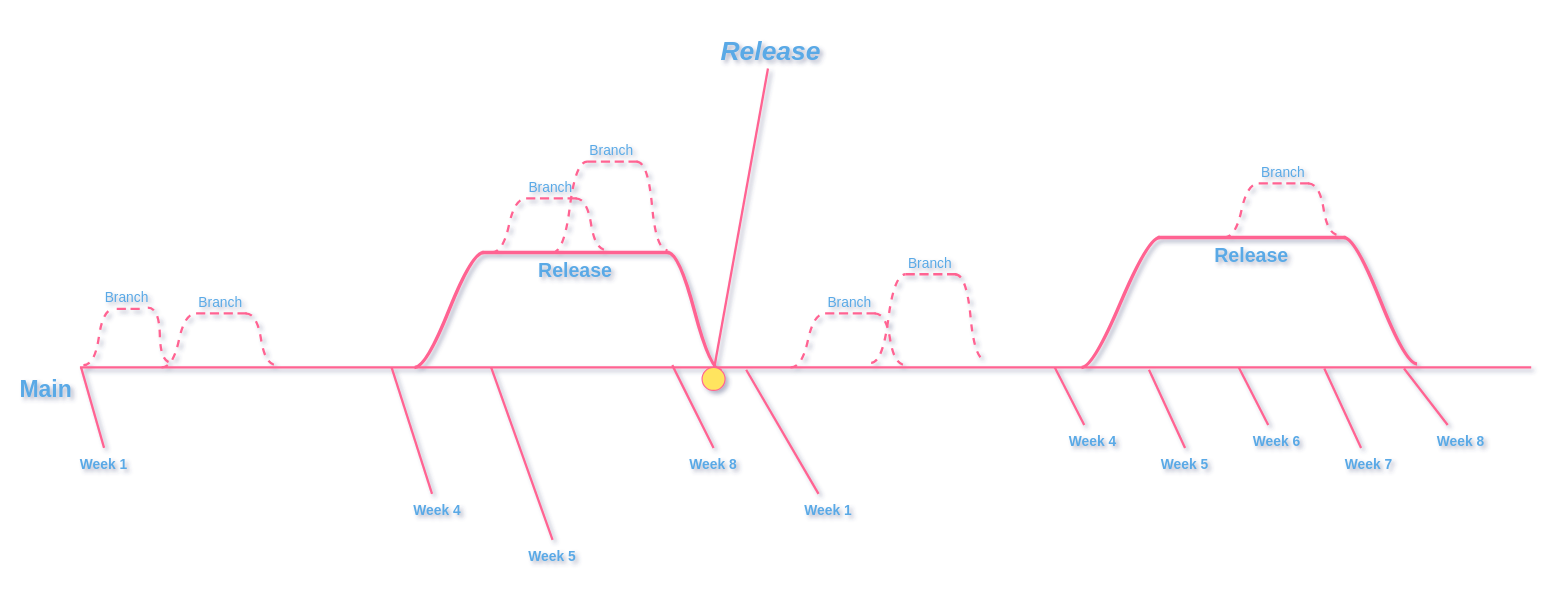
This is release_schedule.drawio from j-motley/joy-lab, a draw.io file, before an edit. Source tidied: cells renumbered, new cells numbered last; positions are measured from the earlier drawing's top-left corner, leaving out a move shared by most shapes. Both pictures are drawn from the tidied source at 115%, with x=0, y=0 at pixel (69, 33).
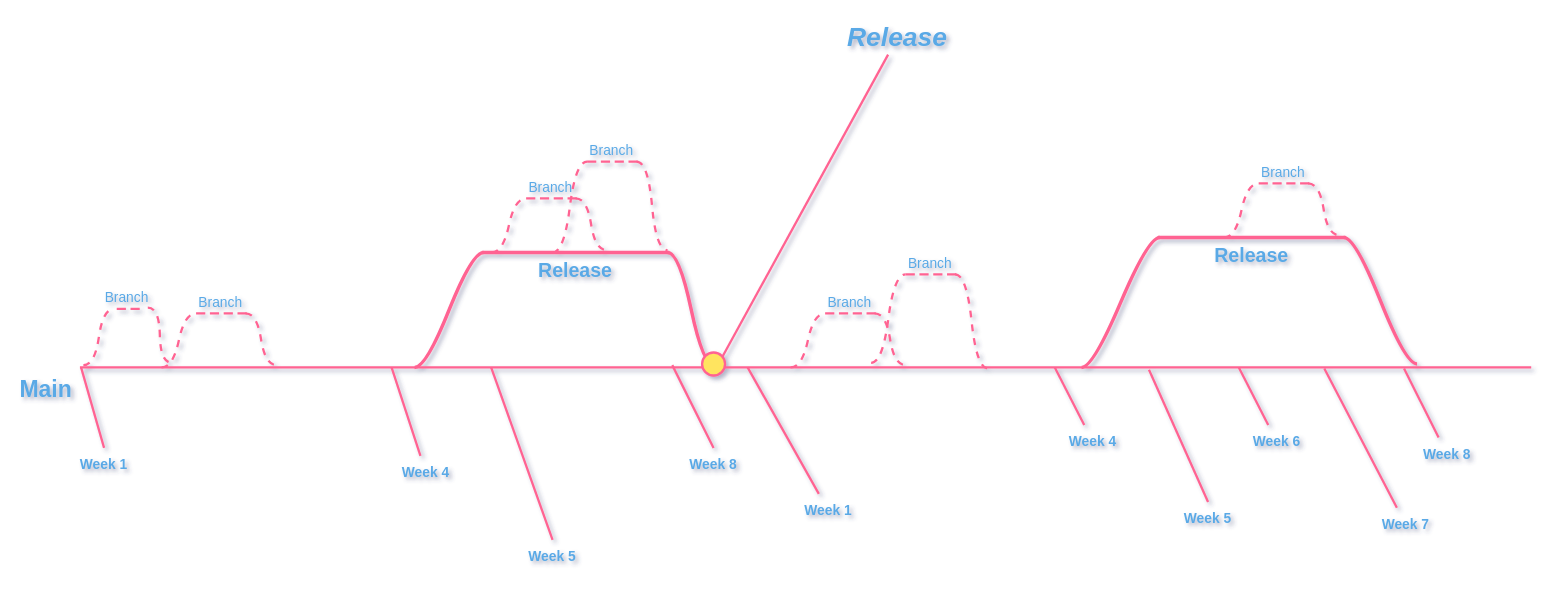
The same diagram, later.

Unchanged cells that the change refers to:
```xml
<mxCell id="2" value="&lt;font style=&quot;font-size: 20px;&quot;&gt;&lt;b&gt;Main&amp;nbsp;&lt;/b&gt;&lt;/font&gt;" style="whiteSpace=wrap;html=1;shape=partialRectangle;top=0;left=0;bottom=1;right=0;points=[[0,1],[1,1]];fillColor=none;align=right;verticalAlign=top;routingCenterY=0.5;snapToPoint=1;newEdgeStyle={&quot;edgeStyle&quot;:&quot;entityRelationEdgeStyle&quot;,&quot;startArrow&quot;:&quot;none&quot;,&quot;endArrow&quot;:&quot;none&quot;,&quot;segment&quot;:10,&quot;curved&quot;:1,&quot;sourcePerimeterSpacing&quot;:0,&quot;targetPerimeterSpacing&quot;:0};strokeWidth=2;labelBackgroundColor=none;strokeColor=#FF6392;fontColor=#5AA9E6;labelPosition=left;verticalLabelPosition=bottom;rounded=1;" parent="1" vertex="1">
  <mxGeometry x="10" y="250" width="1260" height="40" as="geometry" />
</mxCell>
<mxCell id="3" value="&lt;b&gt;&lt;font style=&quot;font-size: 17px;&quot;&gt;Release&lt;/font&gt;&lt;/b&gt;" style="whiteSpace=wrap;html=1;shape=partialRectangle;top=0;left=0;bottom=1;right=0;points=[[0,1],[1,1]];fillColor=none;align=center;verticalAlign=top;routingCenterY=0.5;snapToPoint=1;newEdgeStyle={&quot;edgeStyle&quot;:&quot;entityRelationEdgeStyle&quot;,&quot;startArrow&quot;:&quot;none&quot;,&quot;endArrow&quot;:&quot;none&quot;,&quot;segment&quot;:10,&quot;curved&quot;:1,&quot;sourcePerimeterSpacing&quot;:0,&quot;targetPerimeterSpacing&quot;:0};strokeWidth=3;labelBackgroundColor=none;strokeColor=#FF6392;fontColor=#5AA9E6;labelPosition=center;verticalLabelPosition=bottom;rounded=1;" parent="1" vertex="1">
  <mxGeometry x="360" y="160" width="160" height="30" as="geometry" />
</mxCell>
<mxCell id="12" value="Week 1" style="text;html=1;whiteSpace=wrap;strokeColor=none;fillColor=none;align=center;verticalAlign=middle;rounded=1;labelBackgroundColor=none;fontColor=#5AA9E6;fontStyle=1;" parent="1" vertex="1">
  <mxGeometry x="630" y="400" width="60" height="30" as="geometry" />
</mxCell>
<mxCell id="49" value="Branch" style="whiteSpace=wrap;html=1;shape=partialRectangle;top=0;left=0;bottom=1;right=0;points=[[0,1],[1,1]];fillColor=none;align=center;verticalAlign=bottom;routingCenterY=0.5;snapToPoint=1;newEdgeStyle={&quot;edgeStyle&quot;:&quot;entityRelationEdgeStyle&quot;,&quot;startArrow&quot;:&quot;none&quot;,&quot;endArrow&quot;:&quot;none&quot;,&quot;segment&quot;:10,&quot;curved&quot;:1,&quot;sourcePerimeterSpacing&quot;:0,&quot;targetPerimeterSpacing&quot;:0};strokeWidth=2;labelBackgroundColor=none;labelBorderColor=none;textShadow=0;strokeColor=#FF6392;fontColor=#5AA9E6;dashed=1;rounded=1;" parent="1" vertex="1" collapsed="1">
  <mxGeometry x="727" y="176" width="43" height="33" as="geometry" />
</mxCell>
```

What changed in the source:
```diff
@@
-    <mxCell id="5" style="edgeStyle=entityRelationEdgeStyle;startArrow=none;endArrow=none;segment=10;curved=1;sourcePerimeterSpacing=0;targetPerimeterSpacing=0;rounded=1;strokeWidth=3;exitX=1;exitY=1;exitDx=0;exitDy=0;labelBackgroundColor=none;fontColor=default;strokeColor=#FF6392;entryX=1;entryY=0;entryDx=0;entryDy=0;" parent="1" edge="1" source="3" target="31">
+    <mxCell id="5" style="edgeStyle=entityRelationEdgeStyle;startArrow=none;endArrow=none;segment=10;curved=1;sourcePerimeterSpacing=0;targetPerimeterSpacing=0;rounded=1;strokeWidth=3;exitX=1;exitY=1;exitDx=0;exitDy=0;labelBackgroundColor=none;fontColor=default;strokeColor=#FF6392;entryX=0.55;entryY=0.6;entryDx=0;entryDy=0;entryPerimeter=0;" parent="1" edge="1" source="3" target="31">
       <mxGeometry relative="1" as="geometry" />
     </mxCell>
@@
-    <mxCell id="14" style="endArrow=none;html=1;strokeWidth=2;rounded=1;entryX=0.459;entryY=1.05;entryDx=0;entryDy=0;entryPerimeter=0;labelBackgroundColor=none;fontColor=default;strokeColor=#FF6392;startArrow=none;startFill=0;endFill=0;" parent="1" edge="1" source="12" target="2">
+    <mxCell id="14" style="endArrow=none;html=1;strokeWidth=2;rounded=1;labelBackgroundColor=none;fontColor=default;strokeColor=#FF6392;startArrow=none;startFill=0;endFill=0;entryX=0.46;entryY=1;entryDx=0;entryDy=0;entryPerimeter=0;" parent="1" edge="1" source="12" target="2">
       <mxGeometry relative="1" as="geometry" />
     </mxCell>
@@
     <mxCell id="17" value="Week 5" style="text;html=1;whiteSpace=wrap;strokeColor=none;fillColor=none;align=center;verticalAlign=middle;rounded=1;labelBackgroundColor=none;fontColor=#5AA9E6;fontStyle=1;" parent="1" vertex="1">
-      <mxGeometry x="940" y="360" width="60" height="30" as="geometry" />
+      <mxGeometry x="960" y="407" width="60" height="30" as="geometry" />
     </mxCell>
@@
     <mxCell id="19" value="Week 7" style="text;html=1;whiteSpace=wrap;strokeColor=none;fillColor=none;align=center;verticalAlign=middle;rounded=1;labelBackgroundColor=none;fontColor=#5AA9E6;fontStyle=1;" parent="1" vertex="1">
-      <mxGeometry x="1100" y="360" width="60" height="30" as="geometry" />
+      <mxGeometry x="1132" y="412" width="60" height="30" as="geometry" />
     </mxCell>
     <mxCell id="20" value="Week 8" style="text;html=1;whiteSpace=wrap;strokeColor=none;fillColor=none;align=center;verticalAlign=middle;rounded=1;labelBackgroundColor=none;fontColor=#5AA9E6;fontStyle=1;" parent="1" vertex="1">
-      <mxGeometry x="1180" y="340" width="60" height="30" as="geometry" />
+      <mxGeometry x="1168" y="351" width="60" height="30" as="geometry" />
     </mxCell>
@@
     <mxCell id="24" value="Week 4" style="text;html=1;whiteSpace=wrap;strokeColor=none;fillColor=none;align=center;verticalAlign=middle;rounded=1;labelBackgroundColor=none;fontColor=#5AA9E6;fontStyle=1;" parent="1" vertex="1">
-      <mxGeometry x="290" y="400" width="60" height="30" as="geometry" />
+      <mxGeometry x="280" y="367" width="60" height="30" as="geometry" />
     </mxCell>
@@
-    <mxCell id="31" style="ellipse;whiteSpace=wrap;html=1;shapeInside=1;strokeColor=#FF6392;fontColor=#5AA9E6;fillColor=#FFE45E;labelBackgroundColor=none;rounded=1;" parent="1" vertex="1">
-      <mxGeometry x="550" y="290" width="20" height="20" as="geometry" />
-    </mxCell>
-    <mxCell id="32" style="endArrow=none;html=1;strokeWidth=2;rounded=1;labelBackgroundColor=none;fontColor=default;strokeColor=#FF6392;exitX=0.437;exitY=1;exitDx=0;exitDy=0;startArrow=none;startFill=0;endFill=0;exitPerimeter=0;" parent="1" edge="1" source="2" target="33">
+    <mxCell id="32" style="endArrow=none;html=1;strokeWidth=2;rounded=1;labelBackgroundColor=none;fontColor=default;strokeColor=#FF6392;exitX=0.437;exitY=1;exitDx=0;exitDy=0;startArrow=none;startFill=0;endFill=0;exitPerimeter=0;" parent="1" edge="1" source="31" target="33">
       <mxGeometry relative="1" as="geometry" />
     </mxCell>
     <mxCell id="33" value="Release" style="text;html=1;whiteSpace=wrap;strokeColor=none;fillColor=none;align=center;verticalAlign=middle;rounded=1;labelBackgroundColor=none;fontColor=#5AA9E6;fontStyle=3;fontSize=23;" parent="1" vertex="1">
-      <mxGeometry x="580" width="60" height="30" as="geometry" />
+      <mxGeometry x="690" y="-12" width="60" height="30" as="geometry" />
     </mxCell>
@@
-    <mxCell id="48" style="edgeStyle=entityRelationEdgeStyle;startArrow=none;endArrow=none;segment=10;curved=1;sourcePerimeterSpacing=0;targetPerimeterSpacing=0;rounded=1;strokeWidth=2;labelBackgroundColor=none;fontColor=default;strokeColor=#FF6392;entryX=0.226;entryY=0.95;entryDx=0;entryDy=0;entryPerimeter=0;dashed=1;exitX=1;exitY=1;exitDx=0;exitDy=0;" parent="1" edge="1" source="49">
-      <mxGeometry relative="1" as="geometry">
-        <mxPoint x="797" y="284" as="targetPoint" />
-      </mxGeometry>
+    <mxCell id="48" style="edgeStyle=entityRelationEdgeStyle;startArrow=none;endArrow=none;segment=10;curved=1;sourcePerimeterSpacing=0;targetPerimeterSpacing=0;rounded=1;strokeWidth=2;labelBackgroundColor=none;fontColor=default;strokeColor=#FF6392;entryX=0.626;entryY=1.025;entryDx=0;entryDy=0;entryPerimeter=0;dashed=1;exitX=1;exitY=1;exitDx=0;exitDy=0;" parent="1" edge="1" source="49" target="2">
+      <mxGeometry relative="1" as="geometry" />
     </mxCell>
@@
+    <mxCell id="53" style="endArrow=none;html=1;strokeWidth=2;rounded=1;labelBackgroundColor=none;fontColor=default;strokeColor=#FF6392;exitX=0.437;exitY=1;exitDx=0;exitDy=0;startArrow=none;startFill=0;endFill=0;exitPerimeter=0;" parent="1" edge="1" source="2" target="31">
+      <mxGeometry relative="1" as="geometry" />
+    </mxCell>
+    <mxCell id="31" style="ellipse;whiteSpace=wrap;html=1;shapeInside=1;strokeColor=light-dark(#FF6392,#0000FF);fontColor=#5AA9E6;fillColor=light-dark(#FFE45E,#00FF00);labelBackgroundColor=none;rounded=1;strokeWidth=2;" parent="1" vertex="1">
+      <mxGeometry x="550" y="277" width="20" height="20" as="geometry" />
+    </mxCell>
```
